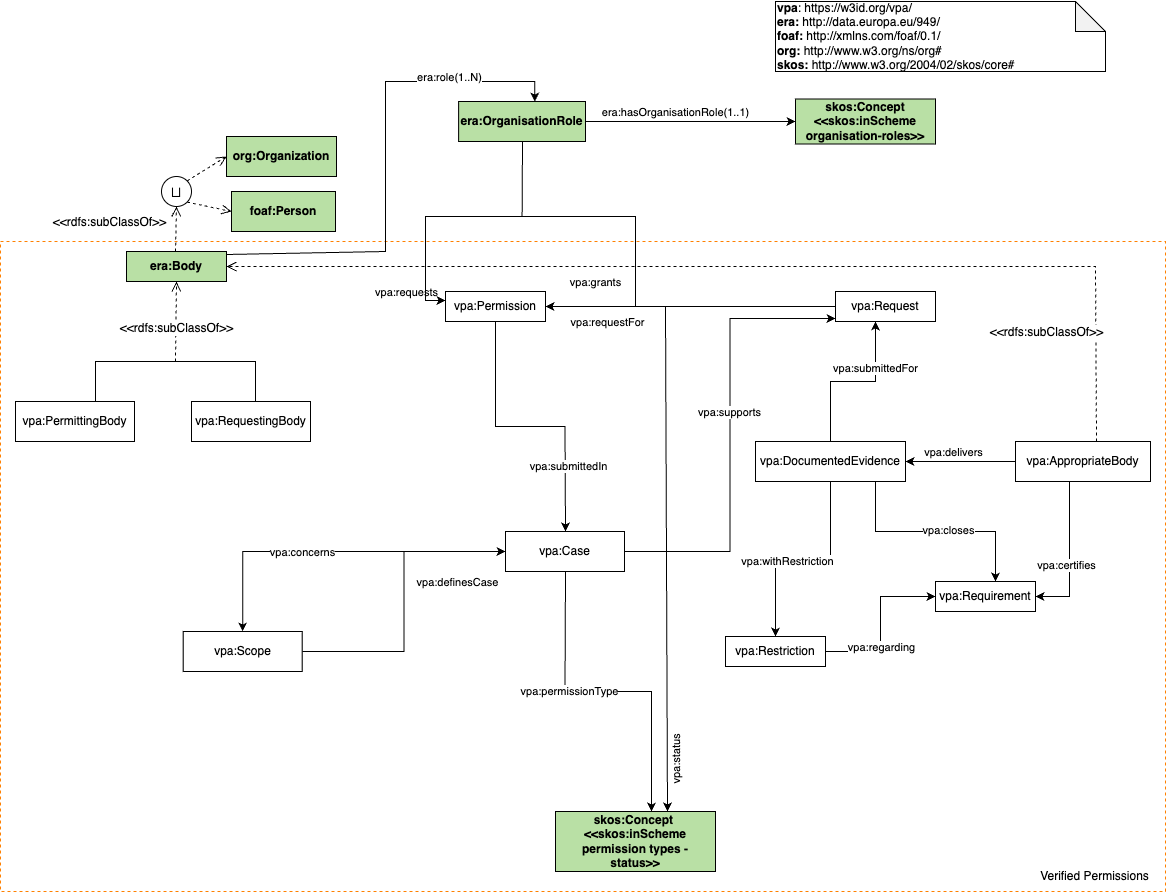
Earlier version of the draw.io export vpa-doc/img/vpa-onto.png (gatemezing/Ontology_Workflow_Testing). Source tidied: cells renumbered, new cells last; positions are measured from the earlier drawing's top-left corner, leaving out a move shared by most shapes.
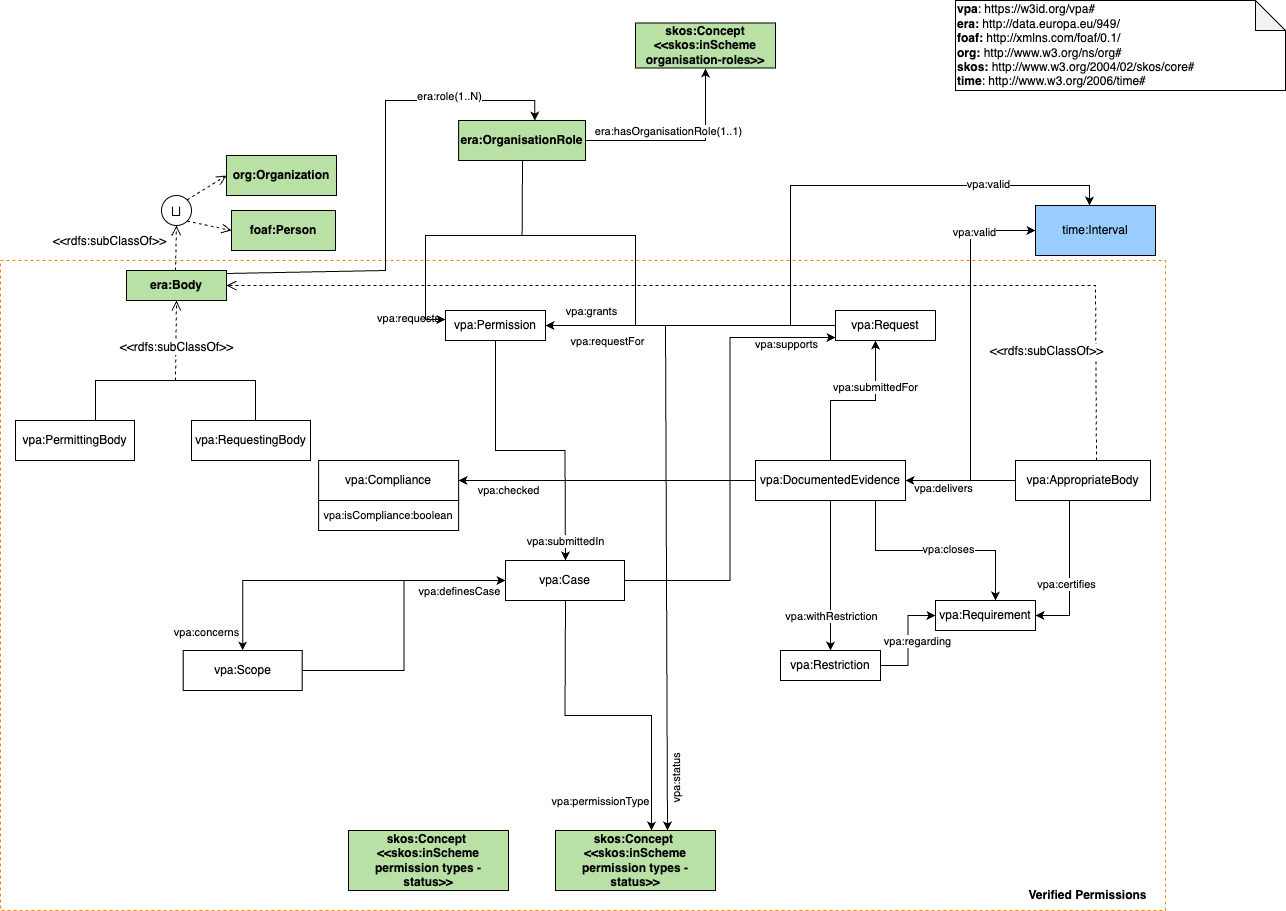
The same diagram one commit later.

Change to the diagram source:
```diff
@@ -5,8 +5,8 @@
     <mxCell id="2" style="rounded=0;whiteSpace=wrap;html=1;dashed=1;strokeColor=#FF8000;" parent="1" vertex="1">
       <mxGeometry y="240" width="1165" height="650" as="geometry" />
     </mxCell>
-    <mxCell id="3" value="&lt;div&gt;&lt;b&gt;vpa&lt;/b&gt;:&amp;nbsp;&lt;span style=&quot;background-color: initial;&quot;&gt;https://w3id.org/vpa/&lt;/span&gt;&lt;/div&gt;&lt;div&gt;&lt;b style=&quot;background-color: initial;&quot;&gt;era:&lt;/b&gt;&lt;span style=&quot;background-color: initial;&quot;&gt; http://data.europa.eu/949/&lt;/span&gt;&lt;/div&gt;&lt;div&gt;&lt;span style=&quot;background-color: initial;&quot;&gt;&lt;b&gt;foaf:&amp;nbsp;&lt;/b&gt;&lt;/span&gt;&lt;span style=&quot;background-color: initial;&quot;&gt;http://xmlns.com/foaf/0.1/&lt;/span&gt;&lt;/div&gt;&lt;b&gt;org:&amp;nbsp;&lt;/b&gt;http://www.w3.org/ns/org#&lt;div&gt;&lt;b&gt;skos:&lt;/b&gt;&lt;span style=&quot;background-color: initial;&quot;&gt;&amp;nbsp;http://www.w3.org/2004/02/skos/core#&lt;/span&gt;&lt;/div&gt;" style="shape=note;whiteSpace=wrap;html=1;backgroundOutline=1;darkOpacity=0.05;align=left;rotation=0;" parent="1" vertex="1">
-      <mxGeometry x="775" width="330" height="70" as="geometry" />
+    <mxCell id="3" value="&lt;div&gt;&lt;b&gt;vpa&lt;/b&gt;:&amp;nbsp;&lt;span style=&quot;background-color: initial;&quot;&gt;https://w3id.org/vpa#&lt;/span&gt;&lt;/div&gt;&lt;div&gt;&lt;b style=&quot;background-color: initial;&quot;&gt;era:&lt;/b&gt;&lt;span style=&quot;background-color: initial;&quot;&gt; http://data.europa.eu/949/&lt;/span&gt;&lt;/div&gt;&lt;div&gt;&lt;span style=&quot;background-color: initial;&quot;&gt;&lt;b&gt;foaf:&amp;nbsp;&lt;/b&gt;&lt;/span&gt;&lt;span style=&quot;background-color: initial;&quot;&gt;http://xmlns.com/foaf/0.1/&lt;/span&gt;&lt;/div&gt;&lt;b&gt;org:&amp;nbsp;&lt;/b&gt;http://www.w3.org/ns/org#&lt;div&gt;&lt;b&gt;skos:&lt;/b&gt;&lt;span style=&quot;background-color: initial;&quot;&gt;&amp;nbsp;http://www.w3.org/2004/02/skos/core#&lt;/span&gt;&lt;/div&gt;&lt;div&gt;&lt;span style=&quot;background-color: initial;&quot;&gt;&lt;b&gt;time&lt;/b&gt;:&amp;nbsp;&lt;/span&gt;&lt;span style=&quot;background-color: initial;&quot;&gt;http://www.w3.org/2006/time#&lt;/span&gt;&lt;/div&gt;" style="shape=note;whiteSpace=wrap;html=1;backgroundOutline=1;darkOpacity=0.05;align=left;rotation=0;" parent="1" vertex="1">
+      <mxGeometry x="955" y="-20" width="330" height="90" as="geometry" />
     </mxCell>
     <mxCell id="4" value="&lt;span class=&quot;st&quot;&gt;⨆&lt;/span&gt;" style="ellipse;whiteSpace=wrap;html=1;fontSize=17;" parent="1" vertex="1">
       <mxGeometry x="161" y="175" width="30" height="30" as="geometry" />
@@ -68,7 +68,7 @@
       </mxGeometry>
     </mxCell>
     <mxCell id="17" value="&lt;b&gt;skos:Concept &amp;lt;&amp;lt;skos:inScheme organisation-roles&amp;gt;&amp;gt;&lt;/b&gt;" style="rounded=0;whiteSpace=wrap;html=1;snapToPoint=1;points=[[0.1,0],[0.2,0],[0.3,0],[0.4,0],[0.5,0],[0.6,0],[0.7,0],[0.8,0],[0.9,0],[0,0.1],[0,0.3],[0,0.5],[0,0.7],[0,0.9],[0.1,1],[0.2,1],[0.3,1],[0.4,1],[0.5,1],[0.6,1],[0.7,1],[0.8,1],[0.9,1],[1,0.1],[1,0.3],[1,0.5],[1,0.7],[1,0.9]];fillColor=#B9E0A5;" parent="1" vertex="1">
-      <mxGeometry x="795" y="97.5" width="140" height="45" as="geometry" />
+      <mxGeometry x="635" y="2.5" width="140" height="45" as="geometry" />
     </mxCell>
     <mxCell id="18" style="edgeStyle=orthogonalEdgeStyle;rounded=0;jettySize=auto;html=1;" parent="1" edge="1" source="59" target="17">
       <mxGeometry relative="1" as="geometry" />
@@ -82,7 +82,9 @@
       <mxGeometry relative="1" as="geometry" />
     </mxCell>
     <mxCell id="21" value="vpa:submittedIn" style="edgeLabel;html=1;align=center;verticalAlign=middle;" parent="20" vertex="1">
-      <mxGeometry x="0.53" y="3" relative="1" as="geometry" />
+      <mxGeometry x="0.53" y="3" relative="1" as="geometry">
+        <mxPoint x="-3" y="49" as="offset" />
+      </mxGeometry>
     </mxCell>
     <mxCell id="22" value="vpa:Permission" style="rounded=0;whiteSpace=wrap;html=1;snapToPoint=1;points=[[0.1,0],[0.2,0],[0.3,0],[0.4,0],[0.5,0],[0.6,0],[0.7,0],[0.8,0],[0.9,0],[0,0.1],[0,0.3],[0,0.5],[0,0.7],[0,0.9],[0.1,1],[0.2,1],[0.3,1],[0.4,1],[0.5,1],[0.6,1],[0.7,1],[0.8,1],[0.9,1],[1,0.1],[1,0.3],[1,0.5],[1,0.7],[1,0.9]];" parent="1" vertex="1">
       <mxGeometry x="445" y="290" width="100" height="30" as="geometry" />
@@ -121,8 +123,19 @@
       <mxGeometry relative="1" as="geometry" />
     </mxCell>
     <mxCell id="32" value="vpa:withRestriction" style="edgeLabel;html=1;align=center;verticalAlign=middle;" parent="31" vertex="1">
-      <mxGeometry x="0.15" y="2" relative="1" as="geometry" />
+      <mxGeometry x="0.15" y="2" relative="1" as="geometry">
+        <mxPoint x="-2" y="29" as="offset" />
+      </mxGeometry>
     </mxCell>
+    <mxCell id="65" style="edgeStyle=orthogonalEdgeStyle;rounded=0;jettySize=auto;html=1;" parent="1" edge="1" source="33" target="69">
+      <mxGeometry relative="1" as="geometry" />
+    </mxCell>
+    <mxCell id="66" style="edgeStyle=orthogonalEdgeStyle;rounded=0;jettySize=auto;html=1;entryX=0;entryY=0.5;entryDx=0;entryDy=0;" parent="1" edge="1" source="33" target="73">
+      <mxGeometry relative="1" as="geometry" />
+    </mxCell>
+    <mxCell id="67" value="vpa:valid" style="edgeLabel;html=1;align=center;verticalAlign=middle;" parent="66" vertex="1">
+      <mxGeometry x="0.67" y="-1" relative="1" as="geometry" />
+    </mxCell>
     <mxCell id="33" value="vpa:DocumentedEvidence" style="rounded=0;whiteSpace=wrap;html=1;snapToPoint=1;points=[[0.1,0],[0.2,0],[0.3,0],[0.4,0],[0.5,0],[0.6,0],[0.7,0],[0.8,0],[0.9,0],[0,0.1],[0,0.3],[0,0.5],[0,0.7],[0,0.9],[0.1,1],[0.2,1],[0.3,1],[0.4,1],[0.5,1],[0.6,1],[0.7,1],[0.8,1],[0.9,1],[1,0.1],[1,0.3],[1,0.5],[1,0.7],[1,0.9]];" parent="1" vertex="1">
       <mxGeometry x="755" y="440" width="150" height="40" as="geometry" />
     </mxCell>
@@ -131,14 +144,16 @@
     </mxCell>
     <mxCell id="35" value="vpa:supports" style="edgeLabel;html=1;align=center;verticalAlign=middle;" parent="34" vertex="1">
       <mxGeometry x="0.11" y="2" relative="1" as="geometry">
-        <mxPoint x="1" y="1" as="offset" />
+        <mxPoint x="58" y="-90" as="offset" />
       </mxGeometry>
     </mxCell>
     <mxCell id="36" style="edgeStyle=orthogonalEdgeStyle;rounded=0;jettySize=auto;html=1;entryX=0.6;entryY=0;entryDx=0;entryDy=0;" parent="1" edge="1" source="40" target="44">
       <mxGeometry relative="1" as="geometry" />
     </mxCell>
     <mxCell id="37" value="vpa:permissionType" style="edgeLabel;html=1;align=center;verticalAlign=middle;" parent="36" vertex="1">
-      <mxGeometry x="-0.24" y="1" relative="1" as="geometry" />
+      <mxGeometry x="-0.24" y="1" relative="1" as="geometry">
+        <mxPoint x="30" y="86" as="offset" />
+      </mxGeometry>
     </mxCell>
     <mxCell id="38" style="edgeStyle=orthogonalEdgeStyle;rounded=0;jettySize=auto;html=1;entryX=0.5;entryY=0;entryDx=0;entryDy=0;" parent="1" edge="1" source="40" target="43">
       <mxGeometry relative="1" as="geometry" />
@@ -149,14 +164,14 @@
       </mxGeometry>
     </mxCell>
     <mxCell id="40" value="vpa:Case" style="rounded=0;whiteSpace=wrap;html=1;snapToPoint=1;points=[[0.1,0],[0.2,0],[0.3,0],[0.4,0],[0.5,0],[0.6,0],[0.7,0],[0.8,0],[0.9,0],[0,0.1],[0,0.3],[0,0.5],[0,0.7],[0,0.9],[0.1,1],[0.2,1],[0.3,1],[0.4,1],[0.5,1],[0.6,1],[0.7,1],[0.8,1],[0.9,1],[1,0.1],[1,0.3],[1,0.5],[1,0.7],[1,0.9]];" parent="1" vertex="1">
-      <mxGeometry x="505" y="530" width="119" height="40" as="geometry" />
+      <mxGeometry x="505" y="540" width="119" height="40" as="geometry" />
     </mxCell>
     <mxCell id="41" style="edgeStyle=orthogonalEdgeStyle;rounded=0;jettySize=auto;html=1;entryX=0;entryY=0.5;entryDx=0;entryDy=0;" parent="1" edge="1" source="43" target="40">
       <mxGeometry relative="1" as="geometry" />
     </mxCell>
     <mxCell id="42" value="vpa:definesCase" style="edgeLabel;html=1;align=center;verticalAlign=middle;" parent="41" vertex="1">
       <mxGeometry x="-0.26" y="1" relative="1" as="geometry">
-        <mxPoint x="54" y="-59" as="offset" />
+        <mxPoint x="56" y="-73" as="offset" />
       </mxGeometry>
     </mxCell>
     <mxCell id="43" value="vpa:Scope" style="rounded=0;whiteSpace=wrap;html=1;snapToPoint=1;points=[[0.1,0],[0.2,0],[0.3,0],[0.4,0],[0.5,0],[0.6,0],[0.7,0],[0.8,0],[0.9,0],[0,0.1],[0,0.3],[0,0.5],[0,0.7],[0,0.9],[0.1,1],[0.2,1],[0.3,1],[0.4,1],[0.5,1],[0.6,1],[0.7,1],[0.8,1],[0.9,1],[1,0.1],[1,0.3],[1,0.5],[1,0.7],[1,0.9]];" parent="1" vertex="1">
@@ -169,10 +184,12 @@
       <mxGeometry relative="1" as="geometry" />
     </mxCell>
     <mxCell id="46" value="vpa:regarding" style="edgeLabel;html=1;align=center;verticalAlign=middle;" parent="45" vertex="1">
-      <mxGeometry x="-0.28" relative="1" as="geometry" />
+      <mxGeometry x="-0.28" relative="1" as="geometry">
+        <mxPoint x="9" y="-14" as="offset" />
+      </mxGeometry>
     </mxCell>
     <mxCell id="47" value="vpa:Restriction" style="rounded=0;whiteSpace=wrap;html=1;snapToPoint=1;points=[[0.1,0],[0.2,0],[0.3,0],[0.4,0],[0.5,0],[0.6,0],[0.7,0],[0.8,0],[0.9,0],[0,0.1],[0,0.3],[0,0.5],[0,0.7],[0,0.9],[0.1,1],[0.2,1],[0.3,1],[0.4,1],[0.5,1],[0.6,1],[0.7,1],[0.8,1],[0.9,1],[1,0.1],[1,0.3],[1,0.5],[1,0.7],[1,0.9]];" parent="1" vertex="1">
-      <mxGeometry x="725" y="635" width="100" height="30" as="geometry" />
+      <mxGeometry x="780" y="630" width="100" height="30" as="geometry" />
     </mxCell>
     <mxCell id="48" value="vpa:Requirement" style="rounded=0;whiteSpace=wrap;html=1;snapToPoint=1;points=[[0.1,0],[0.2,0],[0.3,0],[0.4,0],[0.5,0],[0.6,0],[0.7,0],[0.8,0],[0.9,0],[0,0.1],[0,0.3],[0,0.5],[0,0.7],[0,0.9],[0.1,1],[0.2,1],[0.3,1],[0.4,1],[0.5,1],[0.6,1],[0.7,1],[0.8,1],[0.9,1],[1,0.1],[1,0.3],[1,0.5],[1,0.7],[1,0.9]];" parent="1" vertex="1">
       <mxGeometry x="935" y="580" width="100" height="30" as="geometry" />
@@ -182,7 +199,7 @@
     </mxCell>
     <mxCell id="50" value="vpa:delivers" style="edgeLabel;html=1;align=center;verticalAlign=middle;" parent="49" vertex="1">
       <mxGeometry x="0.14" y="1" relative="1" as="geometry">
-        <mxPoint y="-11" as="offset" />
+        <mxPoint x="-10" y="6" as="offset" />
       </mxGeometry>
     </mxCell>
     <mxCell id="51" style="edgeStyle=orthogonalEdgeStyle;rounded=0;jettySize=auto;html=1;exitX=0.4;exitY=1;exitDx=0;exitDy=0;entryX=1;entryY=0.5;entryDx=0;entryDy=0;" parent="1" edge="1" source="53" target="48">
@@ -226,23 +243,49 @@
       <mxGeometry x="458.1" y="100" width="126.9" height="40" as="geometry" />
     </mxCell>
     <mxCell id="60" value="vpa:grants" style="edgeLabel;html=1;align=center;verticalAlign=middle;" parent="1" vertex="1">
-      <mxGeometry x="595" y="280" as="geometry" />
+      <mxGeometry x="591" y="290" as="geometry" />
     </mxCell>
     <mxCell id="61" value="vpa:concerns" style="edgeLabel;html=1;align=center;verticalAlign=middle;" parent="1" vertex="1">
-      <mxGeometry x="301.7" y="550" as="geometry" />
+      <mxGeometry x="226" y="610" as="geometry">
+        <mxPoint x="-20" y="1" as="offset" />
+      </mxGeometry>
     </mxCell>
     <mxCell id="62" value="vpa:status" style="edgeLabel;html=1;align=center;verticalAlign=middle;rotation=-90;" parent="1" vertex="1">
       <mxGeometry x="685" y="760" as="geometry">
         <mxPoint x="1" y="-10" as="offset" />
       </mxGeometry>
     </mxCell>
-    <mxCell id="63" value="Verified Permissions" style="text;html=1;align=center;verticalAlign=middle;whiteSpace=wrap;rounded=0;fontFamily=Helvetica;fontSize=12;fontColor=default;" parent="1" vertex="1">
-      <mxGeometry x="1037.5" y="860" width="112.5" height="30" as="geometry" />
+    <mxCell id="63" value="&lt;b&gt;Verified Permissions&lt;/b&gt;" style="text;html=1;align=center;verticalAlign=middle;whiteSpace=wrap;rounded=0;fontFamily=Helvetica;fontSize=12;fontColor=default;" parent="1" vertex="1">
+      <mxGeometry x="1025" y="860" width="125" height="30" as="geometry" />
     </mxCell>
     <mxCell id="64" value="era:role(1..N)" style="edgeLabel;html=1;align=center;verticalAlign=middle;" parent="1" vertex="1">
       <mxGeometry x="92.7" y="70" as="geometry">
         <mxPoint x="356" y="5" as="offset" />
       </mxGeometry>
     </mxCell>
+    <mxCell id="68" style="group;" parent="1" vertex="1">
+      <mxGeometry x="318.1" y="440" width="140" height="70" as="geometry" />
+    </mxCell>
+    <mxCell id="69" value="vpa:Compliance" style="rounded=0;whiteSpace=wrap;html=1;snapToPoint=1;points=[[0.1,0],[0.2,0],[0.3,0],[0.4,0],[0.5,0],[0.6,0],[0.7,0],[0.8,0],[0.9,0],[0,0.1],[0,0.3],[0,0.5],[0,0.7],[0,0.9],[0.1,1],[0.2,1],[0.3,1],[0.4,1],[0.5,1],[0.6,1],[0.7,1],[0.8,1],[0.9,1],[1,0.1],[1,0.3],[1,0.5],[1,0.7],[1,0.9]];" parent="68" vertex="1">
+      <mxGeometry width="140" height="40" as="geometry" />
+    </mxCell>
+    <mxCell id="70" value="&lt;font style=&quot;font-size: 11px;&quot;&gt;vpa:isCompliance:boolean&lt;/font&gt;" style="rounded=0;whiteSpace=wrap;html=1;" parent="68" vertex="1">
+      <mxGeometry y="40" width="140" height="30" as="geometry" />
+    </mxCell>
+    <mxCell id="71" value="vpa:checked" style="edgeLabel;html=1;align=center;verticalAlign=middle;" parent="1" vertex="1">
+      <mxGeometry x="508" y="470" as="geometry" />
+    </mxCell>
+    <mxCell id="72" value="&lt;b&gt;skos:Concept&amp;nbsp;&lt;/b&gt;&lt;div&gt;&lt;b&gt;&amp;lt;&amp;lt;skos:inScheme permission types - status&amp;gt;&amp;gt;&lt;/b&gt;&lt;/div&gt;" style="rounded=0;whiteSpace=wrap;html=1;fillColor=#B9E0A5;" parent="1" vertex="1">
+      <mxGeometry x="348" y="810" width="160" height="60" as="geometry" />
+    </mxCell>
+    <mxCell id="73" value="time:Interval" style="rounded=0;whiteSpace=wrap;html=1;snapToPoint=1;points=[[0.1,0],[0.2,0],[0.3,0],[0.4,0],[0.5,0],[0.6,0],[0.7,0],[0.8,0],[0.9,0],[0,0.1],[0,0.3],[0,0.5],[0,0.7],[0,0.9],[0.1,1],[0.2,1],[0.3,1],[0.4,1],[0.5,1],[0.6,1],[0.7,1],[0.8,1],[0.9,1],[1,0.1],[1,0.3],[1,0.5],[1,0.7],[1,0.9]];fillColor=#99CCFF;" parent="1" vertex="1">
+      <mxGeometry x="1035" y="185" width="120" height="50" as="geometry" />
+    </mxCell>
+    <mxCell id="74" style="edgeStyle=orthogonalEdgeStyle;rounded=0;jettySize=auto;html=1;entryX=0.45;entryY=0;entryDx=0;entryDy=0;entryPerimeter=0;" parent="1" edge="1" source="22" target="73">
+      <mxGeometry relative="1" as="geometry" />
+    </mxCell>
+    <mxCell id="75" value="vpa:valid" style="edgeLabel;html=1;align=center;verticalAlign=middle;" parent="74" vertex="1">
+      <mxGeometry x="0.65" y="2" relative="1" as="geometry" />
+    </mxCell>
   </root>
 </mxGraphModel>
```
